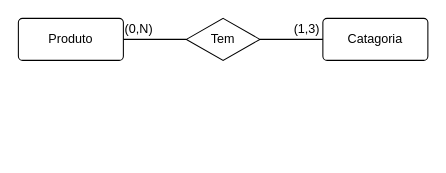
This is page "Modelo Conceitual" (1 of 2) of requirements/ecommerce-database.drawio from raissiafreitas/ecommerce-node-api, a draw.io file, before an edit. Source tidied: cells renumbered, new cells numbered last; positions are measured from the earlier drawing's top-left corner, leaving out a move shared by most shapes. Both pictures are drawn from the tidied source at 105%, with x=0, y=0 at pixel (18, 18).
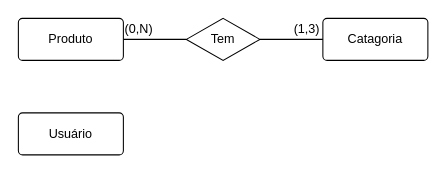
The same diagram, later.

Change to the diagram source:
```diff
@@
 <mxGraphModel>
   <root>
     <mxCell id="0" />
     <mxCell id="1" parent="0" />
     <mxCell id="2" style="edgeStyle=none;html=1;exitX=1;exitY=0.5;exitDx=0;exitDy=0;entryX=0;entryY=0.5;entryDx=0;entryDy=0;endArrow=none;endFill=0;" parent="1" edge="1" source="3" target="6">
       <mxGeometry relative="1" as="geometry" />
     </mxCell>
     <mxCell id="3" value="Produto" style="rounded=1;arcSize=10;whiteSpace=wrap;html=1;align=center;" parent="1" vertex="1">
       <mxGeometry width="100" height="40" as="geometry" />
     </mxCell>
     <mxCell id="4" value="Catagoria" style="rounded=1;arcSize=10;whiteSpace=wrap;html=1;align=center;" parent="1" vertex="1">
       <mxGeometry x="290" width="100" height="40" as="geometry" />
     </mxCell>
     <mxCell id="5" style="edgeStyle=none;html=1;exitX=1;exitY=0.5;exitDx=0;exitDy=0;entryX=0;entryY=0.5;entryDx=0;entryDy=0;endArrow=none;endFill=0;" parent="1" edge="1" source="6" target="4">
       <mxGeometry relative="1" as="geometry" />
     </mxCell>
     <mxCell id="6" value="Tem" style="shape=rhombus;perimeter=rhombusPerimeter;whiteSpace=wrap;html=1;align=center;" parent="1" vertex="1">
       <mxGeometry x="160" width="70" height="40" as="geometry" />
     </mxCell>
     <mxCell id="7" value="(1,3)" style="text;html=1;strokeColor=none;fillColor=none;align=center;verticalAlign=middle;whiteSpace=wrap;rounded=0;" parent="1" vertex="1">
       <mxGeometry x="260" width="30" height="20" as="geometry" />
     </mxCell>
     <mxCell id="8" value="(0,N)" style="text;html=1;strokeColor=none;fillColor=none;align=center;verticalAlign=middle;whiteSpace=wrap;rounded=0;" parent="1" vertex="1">
       <mxGeometry x="100" width="30" height="20" as="geometry" />
     </mxCell>
+    <mxCell id="9" value="Usuário" style="rounded=1;arcSize=10;whiteSpace=wrap;html=1;align=center;" parent="1" vertex="1">
+      <mxGeometry y="90" width="100" height="40" as="geometry" />
+    </mxCell>
   </root>
 </mxGraphModel>
```
